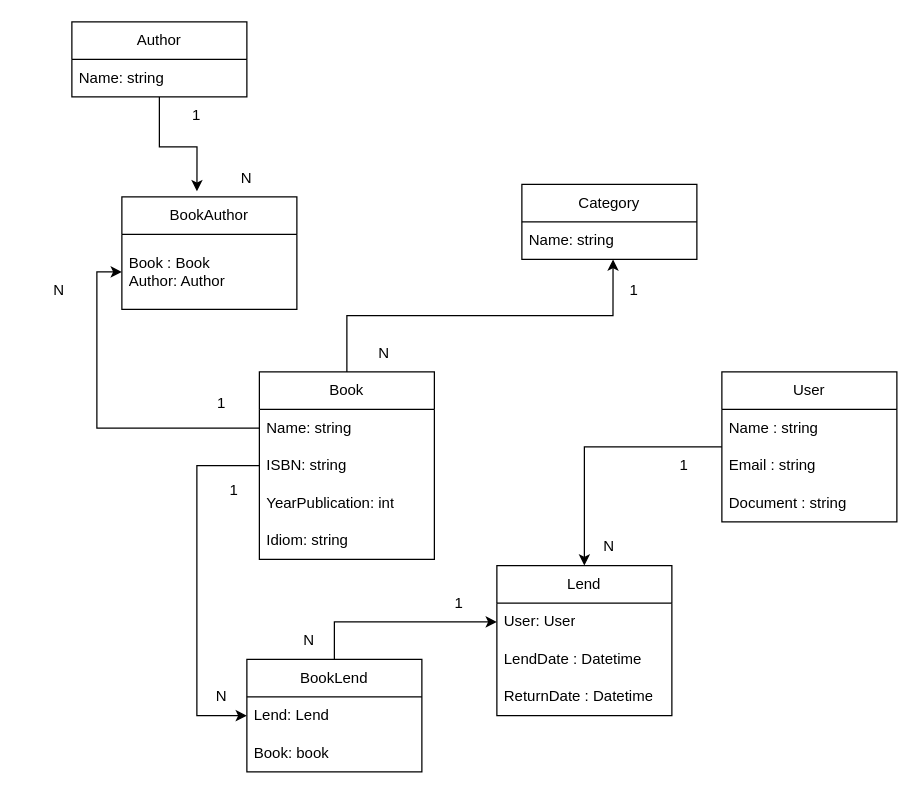
Before: LibraryDiagram.drawio in galongatti/Library, a draw.io diagram. Source tidied: cells renumbered, new cells numbered last; positions are measured from the earlier drawing's top-left corner, leaving out a move shared by most shapes. Both pictures are drawn from the tidied source at 125%, with x=0, y=0 at pixel (21, 21).
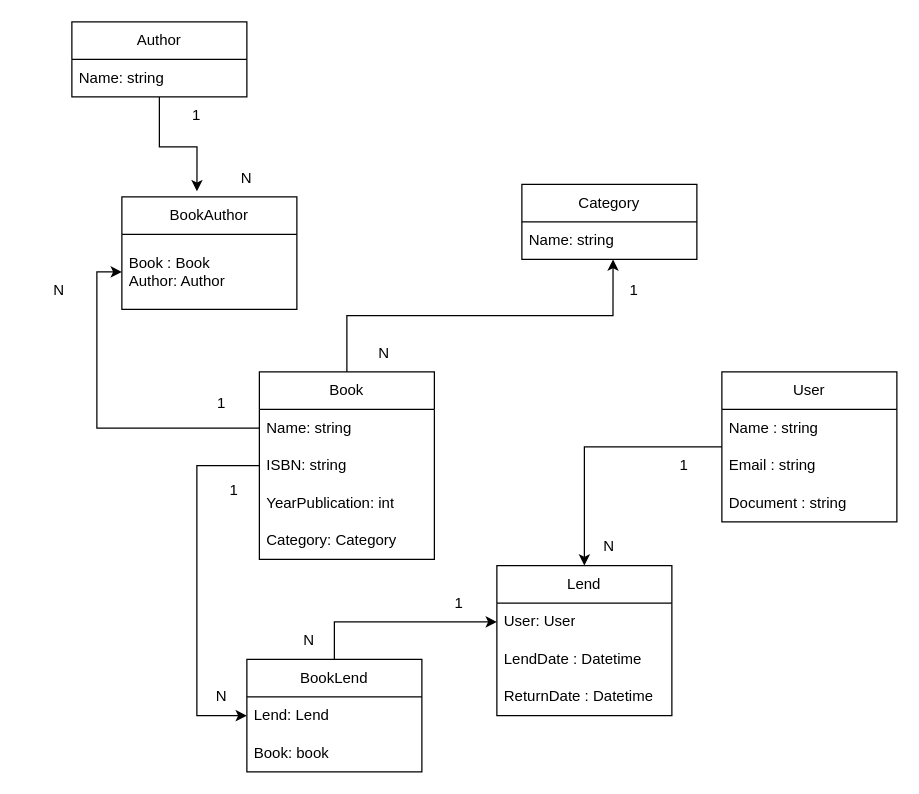
Above is the later version.

The change refers to these unchanged cells:
```xml
<mxCell id="7" value="Book" style="swimlane;fontStyle=0;horizontal=1;startSize=30;whiteSpace=wrap;html=1;" parent="1" vertex="1">
  <mxGeometry x="190" y="280" width="140" height="150" as="geometry" />
</mxCell>
```

The edit, as a diff of the source:
```diff
@@
-    <mxCell id="11" value="Idiom: string" style="text;strokeColor=none;fillColor=none;align=left;verticalAlign=middle;spacingLeft=4;spacingRight=4;overflow=hidden;whiteSpace=wrap;html=1;" parent="7" vertex="1">
-      <mxGeometry y="120" width="140" height="30" as="geometry" />
-    </mxCell>
+    <mxCell id="42" value="Category: Category" style="text;strokeColor=none;fillColor=none;align=left;verticalAlign=middle;spacingLeft=4;spacingRight=4;overflow=hidden;whiteSpace=wrap;html=1;" parent="7" vertex="1">
+      <mxGeometry y="120" width="140" height="30" as="geometry" />
+    </mxCell>
```
